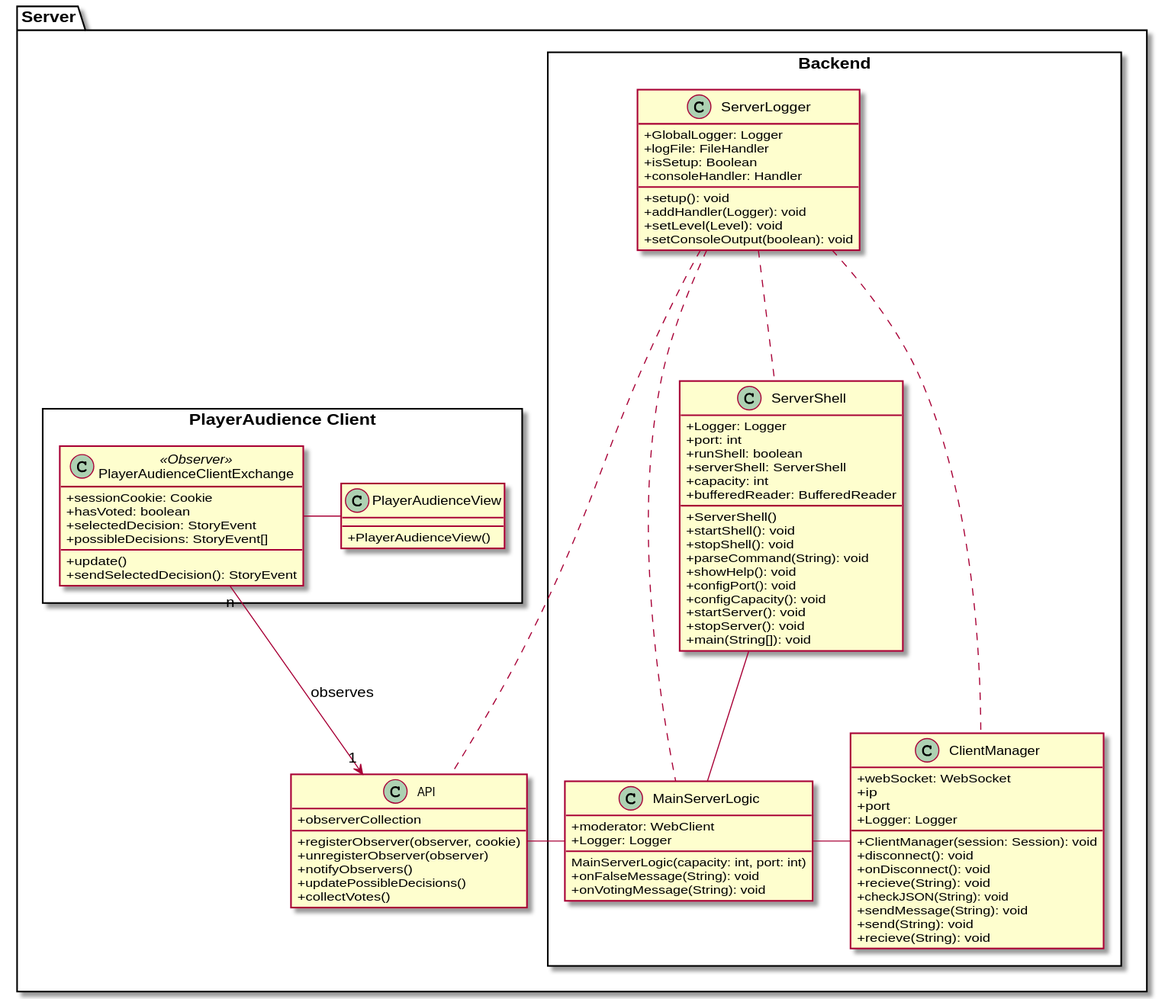
The PlantUML diagram Docs/Technical Specifications/docs/diagrams/ServerClassDiagram.svg in Brotenko/QualityQuest, before a commit.
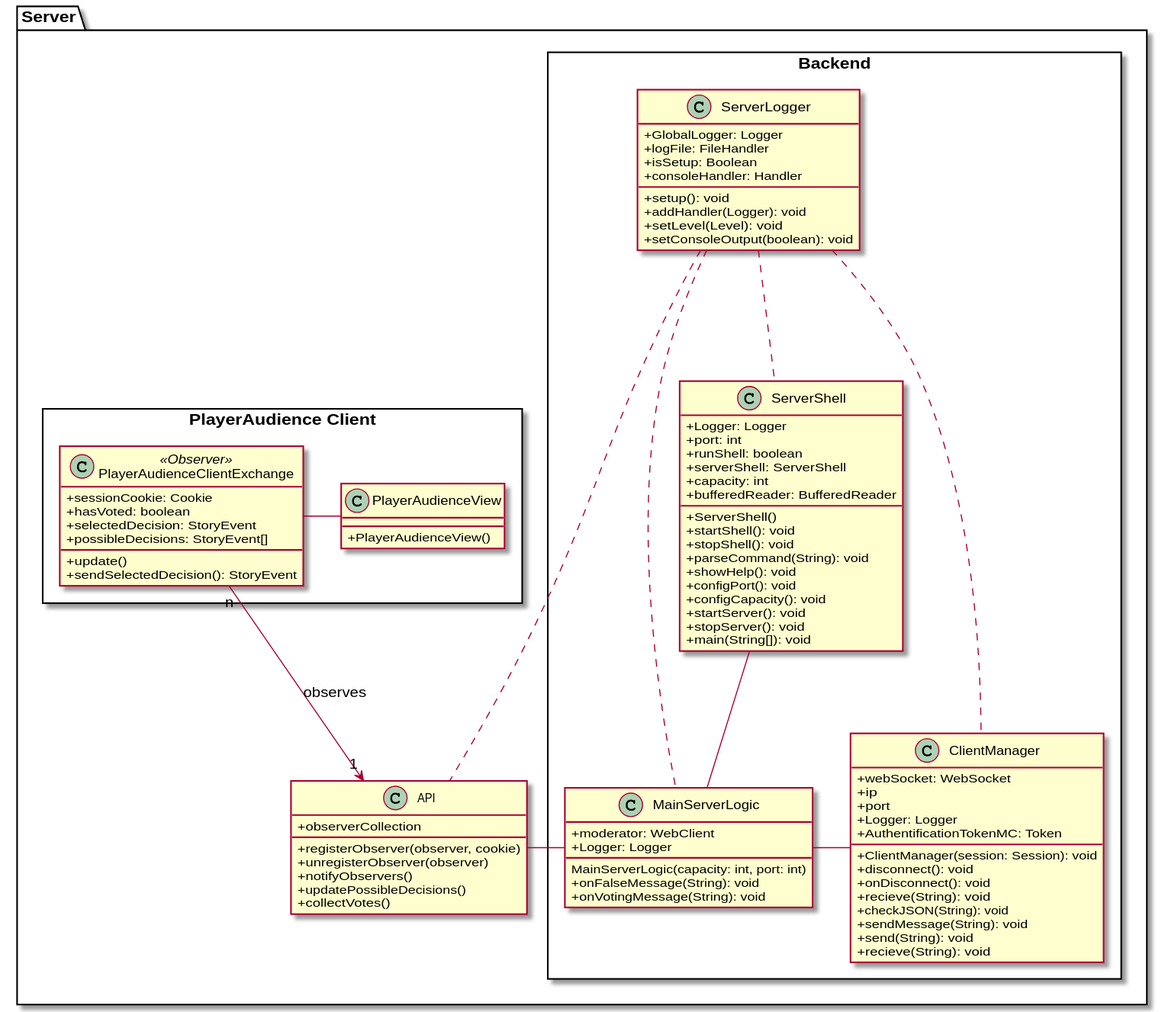
After the commit.

Commit message:
updated class diagrams

The edit, as a diff of the source:
```diff
@@ -35,6 +35,7 @@
       {field} +ip
       {field} +port
       {field} +Logger: Logger
+      {field} +AuthentificationTokenMC: Token
       {method} +ClientManager(session: Session): void
       {method} +disconnect(): void
       {method} +onDisconnect(): void
```
